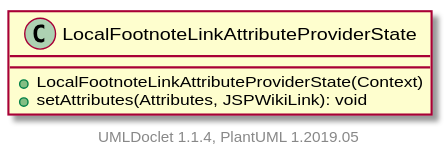
Above: apidocs/2.11.0.M8-SNAPSHOT/org/apache/wiki/markdown/extensions/jspwikilinks/attributeprovider/LocalFootnoteLinkAttributeProviderState.svg in apache/jspwiki-site (PlantUML), before the change.
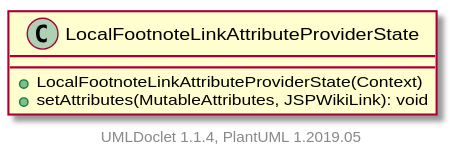
Later version of the same file.

Change to the diagram source:
```diff
@@ -2,7 +2,7 @@
 
     class LocalFootnoteLinkAttributeProviderState [[LocalFootnoteLinkAttributeProviderState.html]] {
         +LocalFootnoteLinkAttributeProviderState(Context)
-        +setAttributes(Attributes, JSPWikiLink): void
+        +setAttributes(MutableAttributes, JSPWikiLink): void
     }
 
 
```
